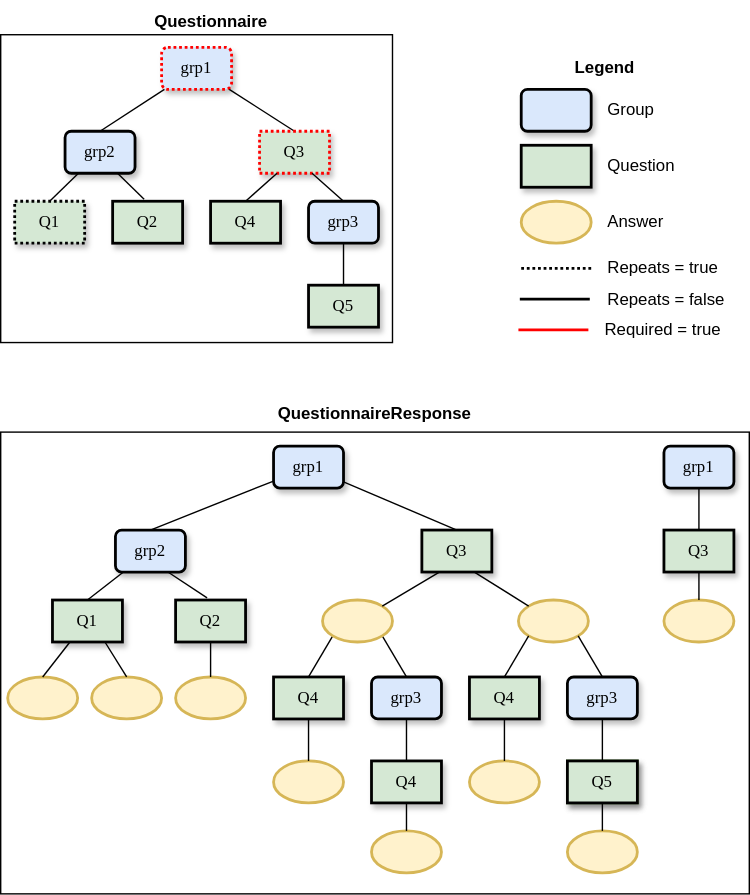
Before: images/QuestionnaireItems.svg, a diagram exported from draw.io (jmandel/autofhir). Source tidied: cells renumbered, new cells last; positions are measured from the earlier drawing's top-left corner, leaving out a move shared by most shapes.
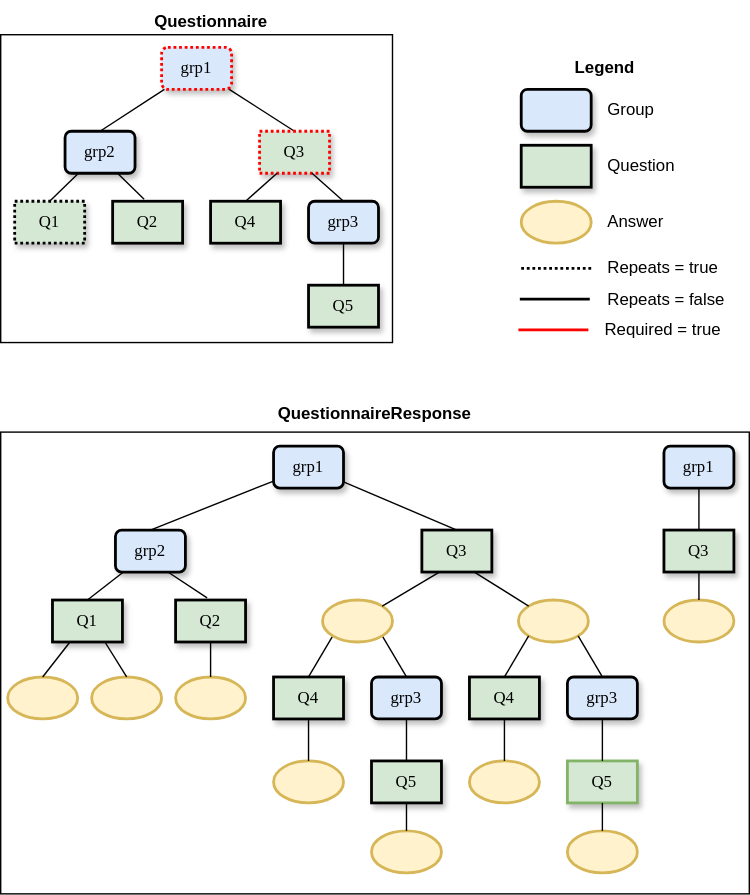
The same file after the commit.

Commit message:
FHIR-42727: Correct QuestionnaireResponse nesting diagram labels

What changed in the source:
```diff
@@ -125,7 +125,7 @@
     <mxCell id="40" value="&lt;span&gt;grp3&lt;/span&gt;" style="whiteSpace=wrap;html=1;rounded=1;shadow=1;labelBackgroundColor=none;strokeWidth=2;fontFamily=Verdana;fontSize=12;align=center;fillColor=#dae8fc;strokeColor=#000000;" parent="1" vertex="1">
       <mxGeometry x="265" y="483" width="50" height="30" as="geometry" />
     </mxCell>
-    <mxCell id="41" value="&lt;span&gt;Q4&lt;br&gt;&lt;/span&gt;" style="whiteSpace=wrap;html=1;rounded=0;shadow=1;labelBackgroundColor=none;strokeWidth=2;fontFamily=Verdana;fontSize=12;align=center;fillColor=#d5e8d4;strokeColor=#000000;" parent="1" vertex="1">
+    <mxCell id="41" value="&lt;span&gt;Q5&lt;br&gt;&lt;/span&gt;" style="whiteSpace=wrap;html=1;rounded=0;shadow=1;labelBackgroundColor=none;strokeWidth=2;fontFamily=Verdana;fontSize=12;align=center;fillColor=#d5e8d4;strokeColor=#000000;" parent="1" vertex="1">
       <mxGeometry x="265" y="543" width="50" height="30" as="geometry" />
     </mxCell>
     <mxCell id="42" style="rounded=0;html=1;labelBackgroundColor=none;startArrow=none;startFill=0;startSize=5;endArrow=none;endFill=0;endSize=5;jettySize=auto;strokeWidth=1;fontFamily=Verdana;fontSize=12;entryX=1;entryY=1;entryDx=0;entryDy=0;exitX=0.5;exitY=0;exitDx=0;exitDy=0;" parent="1" edge="1" source="40" target="49">
@@ -161,7 +161,7 @@
     <mxCell id="52" value="&lt;span&gt;grp3&lt;/span&gt;" style="whiteSpace=wrap;html=1;rounded=1;shadow=1;labelBackgroundColor=none;strokeWidth=2;fontFamily=Verdana;fontSize=12;align=center;fillColor=#dae8fc;strokeColor=#000000;" parent="1" vertex="1">
       <mxGeometry x="405" y="483" width="50" height="30" as="geometry" />
     </mxCell>
-    <mxCell id="53" value="&lt;span&gt;Q4&lt;br&gt;&lt;/span&gt;" style="whiteSpace=wrap;html=1;rounded=0;shadow=1;labelBackgroundColor=none;strokeWidth=2;fontFamily=Verdana;fontSize=12;align=center;fillColor=#d5e8d4;strokeColor=#82b366;" parent="1" vertex="1">
+    <mxCell id="53" value="&lt;span&gt;Q5&lt;br&gt;&lt;/span&gt;" style="whiteSpace=wrap;html=1;rounded=0;shadow=1;labelBackgroundColor=none;strokeWidth=2;fontFamily=Verdana;fontSize=12;align=center;fillColor=#d5e8d4;strokeColor=#82b366;" parent="1" vertex="1">
       <mxGeometry x="405" y="543" width="50" height="30" as="geometry" />
     </mxCell>
     <mxCell id="54" style="rounded=0;html=1;labelBackgroundColor=none;startArrow=none;startFill=0;startSize=5;endArrow=none;endFill=0;endSize=5;jettySize=auto;strokeWidth=1;fontFamily=Verdana;fontSize=12;entryX=0;entryY=1;entryDx=0;entryDy=0;exitX=0.5;exitY=0;exitDx=0;exitDy=0;" parent="1" edge="1" source="51" target="50">
@@ -188,9 +188,6 @@
     <mxCell id="60" value="Required = true" style="text;html=1;strokeColor=none;fillColor=none;align=left;verticalAlign=middle;whiteSpace=wrap;rounded=0;" parent="1" vertex="1">
       <mxGeometry x="430" y="220" width="90" height="30" as="geometry" />
     </mxCell>
-    <mxCell id="61" value="&lt;span&gt;Q5&lt;br&gt;&lt;/span&gt;" style="whiteSpace=wrap;html=1;rounded=0;shadow=1;labelBackgroundColor=none;strokeWidth=2;fontFamily=Verdana;fontSize=12;align=center;fillColor=#d5e8d4;strokeColor=#000000;" parent="1" vertex="1">
-      <mxGeometry x="405" y="543" width="50" height="30" as="geometry" />
-    </mxCell>
     <mxCell id="62" value="grp1" style="whiteSpace=wrap;html=1;rounded=1;shadow=1;labelBackgroundColor=none;strokeWidth=2;fontFamily=Verdana;fontSize=12;align=center;fillColor=#dae8fc;strokeColor=#000000;" parent="1" vertex="1">
       <mxGeometry x="474" y="318" width="50" height="30" as="geometry" />
     </mxCell>
@@ -227,7 +224,7 @@
     <mxCell id="73" style="rounded=0;html=1;labelBackgroundColor=none;startArrow=none;startFill=0;startSize=5;endArrow=none;endFill=0;endSize=5;jettySize=auto;strokeWidth=1;fontFamily=Verdana;fontSize=12;entryX=0.5;entryY=1;entryDx=0;entryDy=0;exitX=0.5;exitY=0;exitDx=0;exitDy=0;" parent="1" edge="1" source="71" target="51">
       <mxGeometry x="0.14" y="16" relative="1" as="geometry" />
     </mxCell>
-    <mxCell id="74" style="rounded=0;html=1;labelBackgroundColor=none;startArrow=none;startFill=0;startSize=5;endArrow=none;endFill=0;endSize=5;jettySize=auto;strokeWidth=1;fontFamily=Verdana;fontSize=12;entryX=0.5;entryY=1;entryDx=0;entryDy=0;exitX=0.5;exitY=0;exitDx=0;exitDy=0;" parent="1" edge="1" source="72" target="61">
+    <mxCell id="74" style="rounded=0;html=1;labelBackgroundColor=none;startArrow=none;startFill=0;startSize=5;endArrow=none;endFill=0;endSize=5;jettySize=auto;strokeWidth=1;fontFamily=Verdana;fontSize=12;entryX=0.5;entryY=1;entryDx=0;entryDy=0;exitX=0.5;exitY=0;exitDx=0;exitDy=0;" parent="1" edge="1" source="72" target="53">
       <mxGeometry x="0.14" y="16" relative="1" as="geometry" />
     </mxCell>
     <mxCell id="75" style="rounded=0;whiteSpace=wrap;html=1;fontSize=14;fontColor=#000000;strokeColor=#000000;strokeWidth=1;fillColor=none;" parent="1" vertex="1">
```
